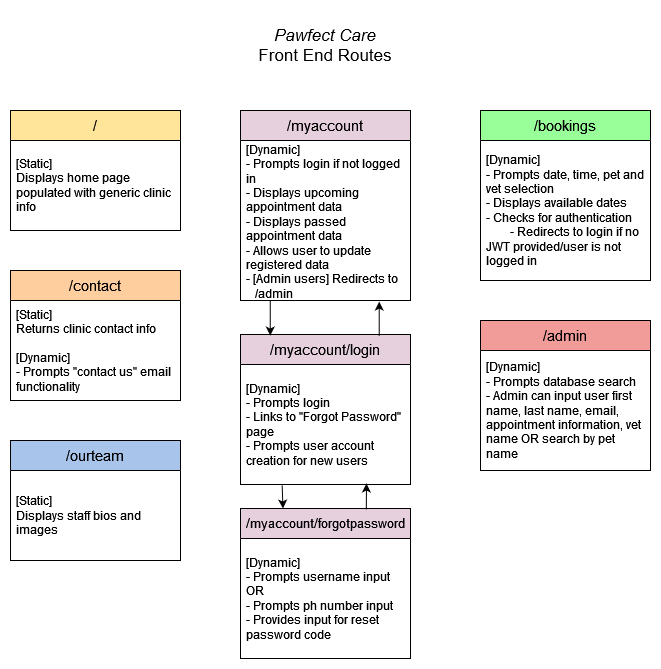
Earlier version of the draw.io export T3A2-A/docs/pawfect-care-endpoints-diagram.drawio.png (tthecoder15/T3A2---MERN-App). Source tidied: cells renumbered, new cells last; positions are measured from the earlier drawing's top-left corner, leaving out a move shared by most shapes.
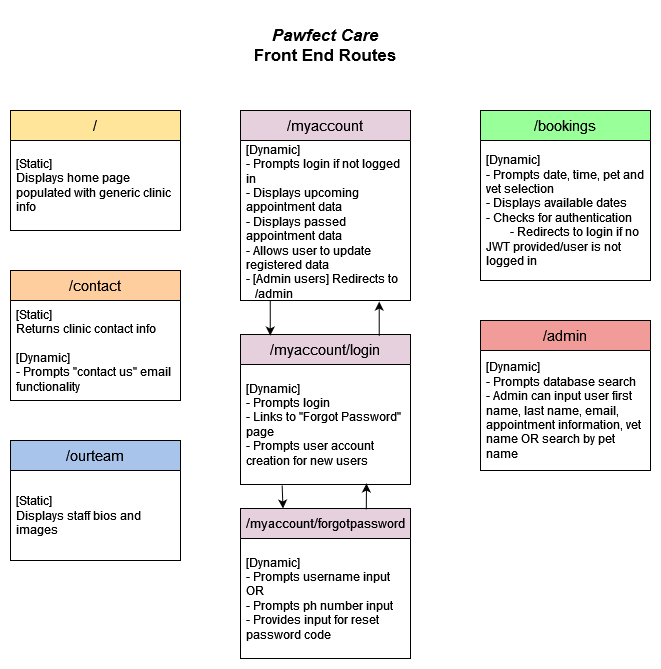
After the commit.

Commit message:
Fixed tablet labelling wireframe, added ref to Yourdon Demarco

Diff of the diagram source:
```diff
@@ -14,7 +14,7 @@
     <mxCell id="5" value="&lt;div&gt;[Static]&amp;nbsp;&lt;/div&gt;&lt;div&gt;Displays staff bios and images&lt;br&gt;&lt;/div&gt;" style="text;strokeColor=none;fillColor=none;align=left;verticalAlign=middle;spacingLeft=4;spacingRight=4;overflow=hidden;whiteSpace=wrap;html=1;" parent="4" vertex="1">
       <mxGeometry y="30" width="170" height="90" as="geometry" />
     </mxCell>
-    <mxCell id="6" value="&lt;div&gt;&lt;font style=&quot;font-size: 17px;&quot;&gt;&lt;i&gt;Pawfect Care&lt;/i&gt;&lt;/font&gt;&lt;/div&gt;&lt;div&gt;&lt;font style=&quot;font-size: 17px;&quot;&gt;Front End Routes&lt;br&gt;&lt;/font&gt;&lt;/div&gt;" style="text;html=1;align=center;verticalAlign=middle;whiteSpace=wrap;rounded=0;" parent="1" vertex="1">
+    <mxCell id="6" value="&lt;div&gt;&lt;font style=&quot;font-size: 17px;&quot;&gt;&lt;i&gt;Pawfect Care&lt;/i&gt;&lt;/font&gt;&lt;/div&gt;&lt;div&gt;&lt;font style=&quot;font-size: 17px;&quot;&gt;Front End Routes&lt;br&gt;&lt;/font&gt;&lt;/div&gt;" style="text;html=1;align=center;verticalAlign=middle;whiteSpace=wrap;rounded=0;fontStyle=1;" parent="1" vertex="1">
       <mxGeometry x="220" width="190" height="70" as="geometry" />
     </mxCell>
     <mxCell id="7" value="&lt;font style=&quot;font-size: 15px;&quot;&gt;/&lt;/font&gt;contact" style="swimlane;fontStyle=0;horizontal=1;startSize=30;whiteSpace=wrap;html=1;fillColor=#FFCE9F;fontSize=15;" parent="1" vertex="1">
```
